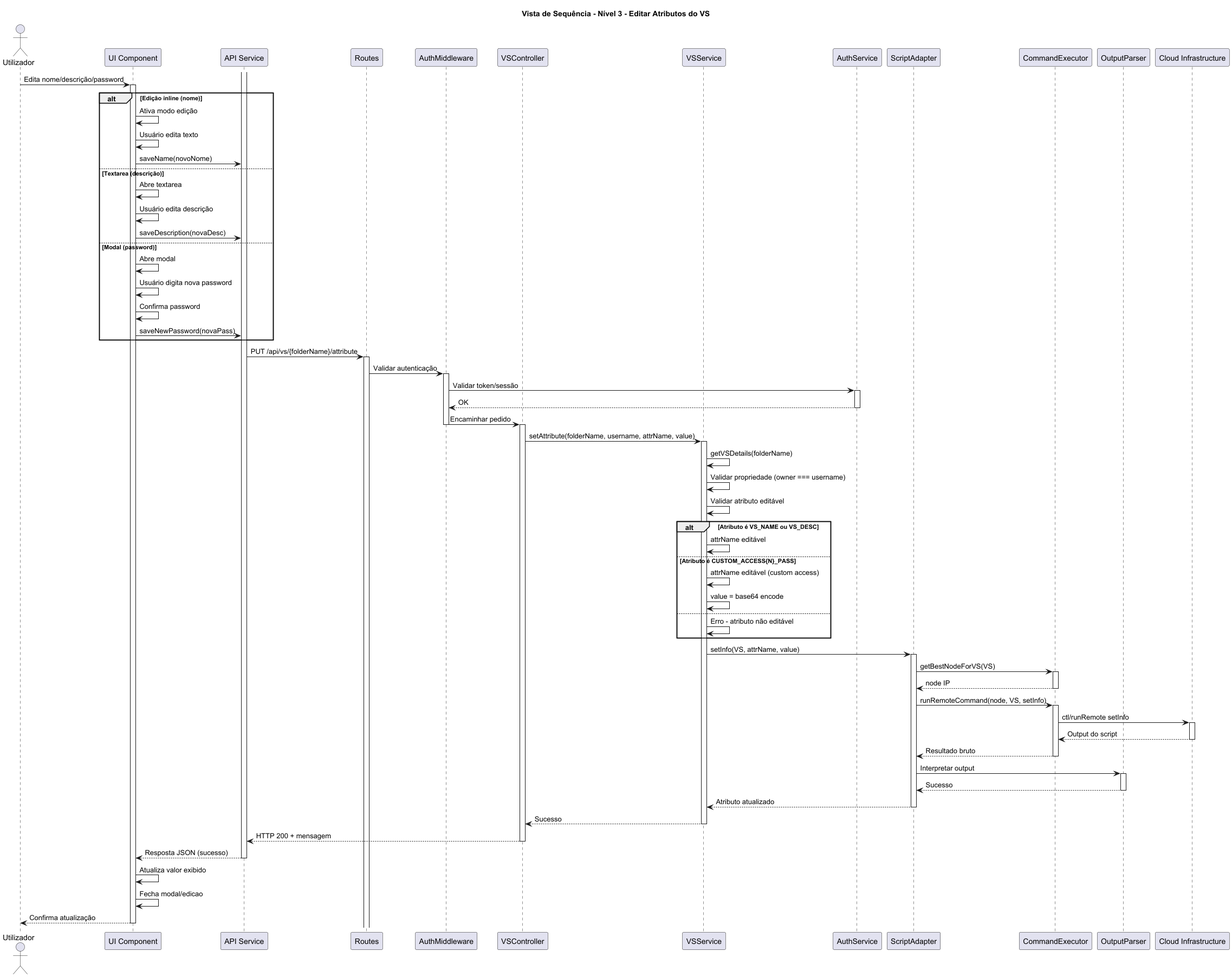
Earlier version of the PlantUML export docs/VISTAS/SEQUÊNCIA/US9/VS3.png (tiagosoa/LEI-PROJ-FRONTEND).
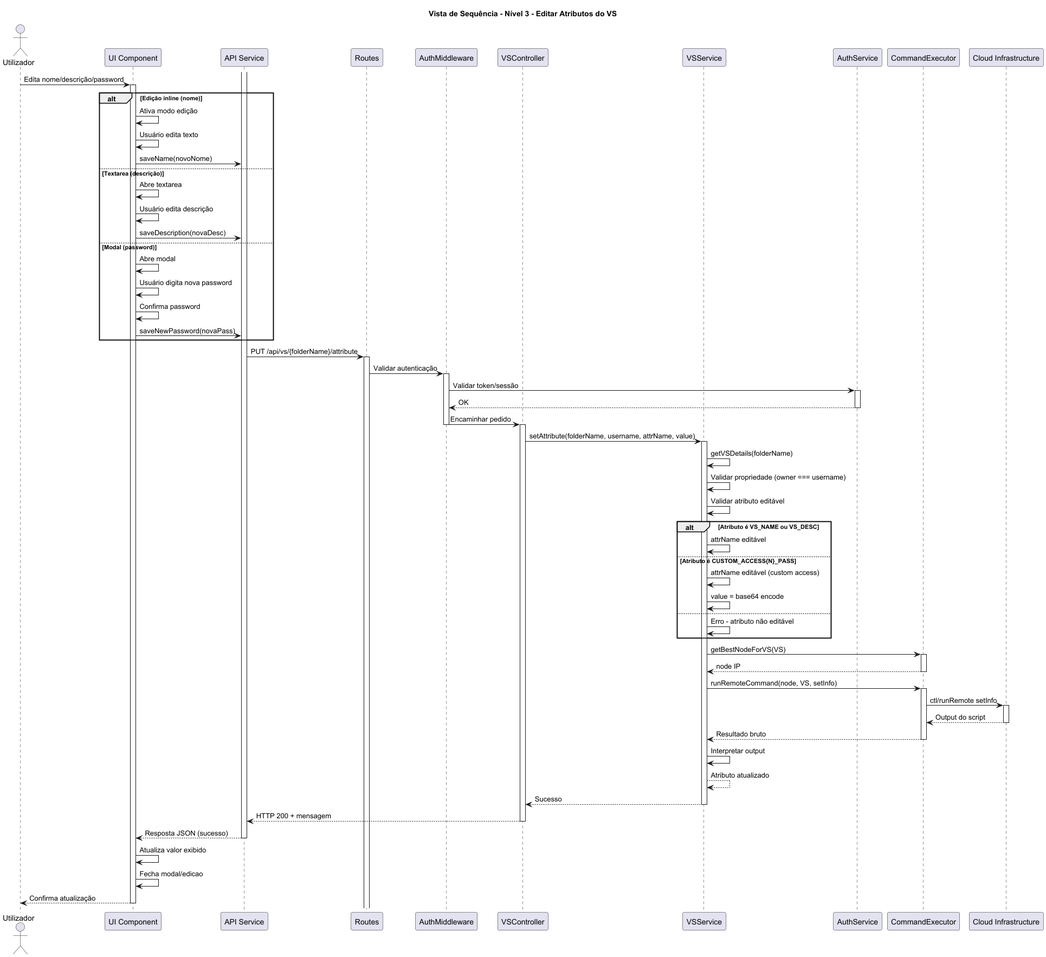
The same file after the commit.

The edit, as a diff of the source:
```diff
@@ -10,9 +10,7 @@
 participant "VSController" as Controller
 participant "VSService" as Service
 participant "AuthService" as AuthService
-participant "ScriptAdapter" as Adapter
 participant "CommandExecutor" as Executor
-participant "OutputParser" as Parser
 participant "Cloud Infrastructure" as Cloud
 
 Utilizador -> UI : Edita nome/descrição/password
@@ -79,15 +77,12 @@
 
 end
 
-Service -> Adapter : setInfo(VS, attrName, value)
-activate Adapter
-
-Adapter -> Executor : getBestNodeForVS(VS)
+Service -> Executor : getBestNodeForVS(VS)
 activate Executor
-Executor --> Adapter : node IP
+Executor --> Service : node IP
 deactivate Executor
 
-Adapter -> Executor : runRemoteCommand(node, VS, setInfo)
+Service -> Executor : runRemoteCommand(node, VS, setInfo)
 activate Executor
 
 Executor -> Cloud : ctl/runRemote setInfo
@@ -95,16 +90,13 @@
 Cloud --> Executor : Output do script
 deactivate Cloud
 
-Executor --> Adapter : Resultado bruto
+Executor --> Service : Resultado bruto
 deactivate Executor
 
-Adapter -> Parser : Interpretar output
-activate Parser
-Parser --> Adapter : Sucesso
-deactivate Parser
+Service -> Service : Interpretar output
 
-Adapter --> Service : Atributo atualizado
-deactivate Adapter
+Service --> Service : Atributo atualizado
+
 
 Service --> Controller : Sucesso
 deactivate Service
```
